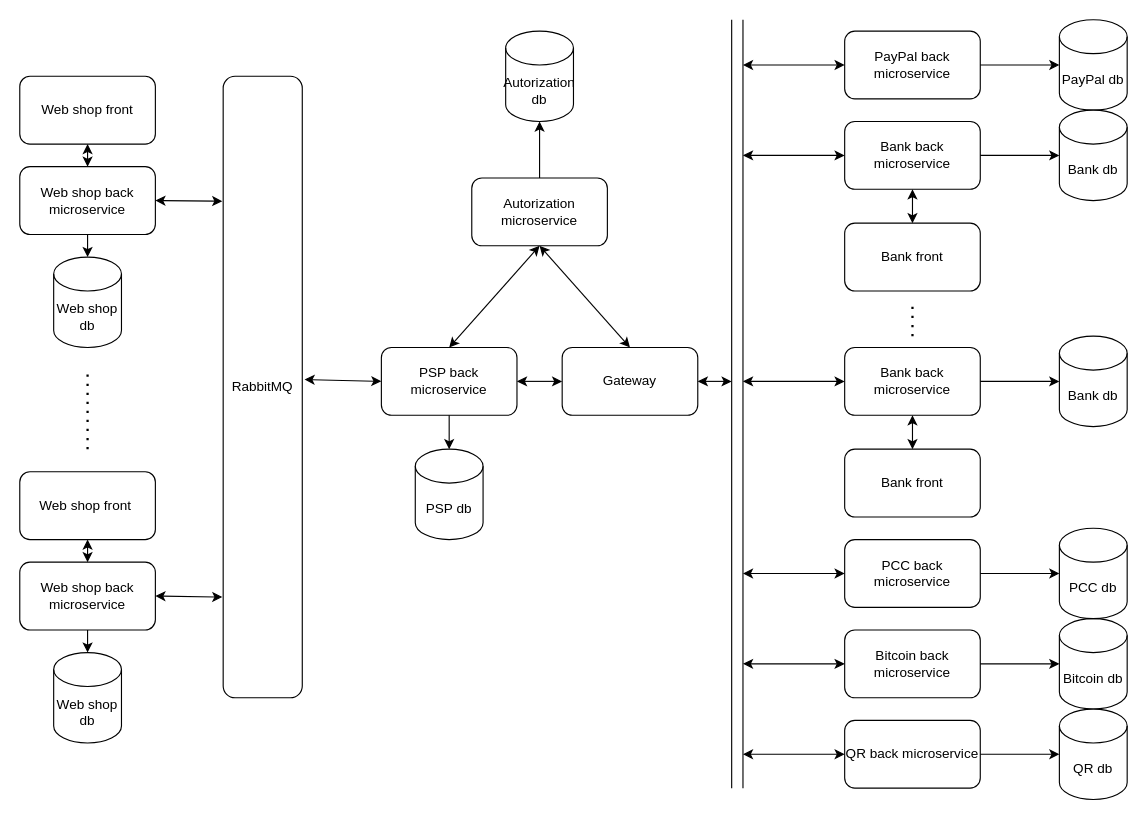
Before: SEP diagram.drawio in SEP-TEAM16/SEP, a draw.io diagram. Source tidied: cells renumbered, new cells numbered last; positions are measured from the earlier drawing's top-left corner, leaving out a move shared by most shapes. Both pictures are drawn from the tidied source at 113%, with x=0, y=0 at pixel (19, 19).
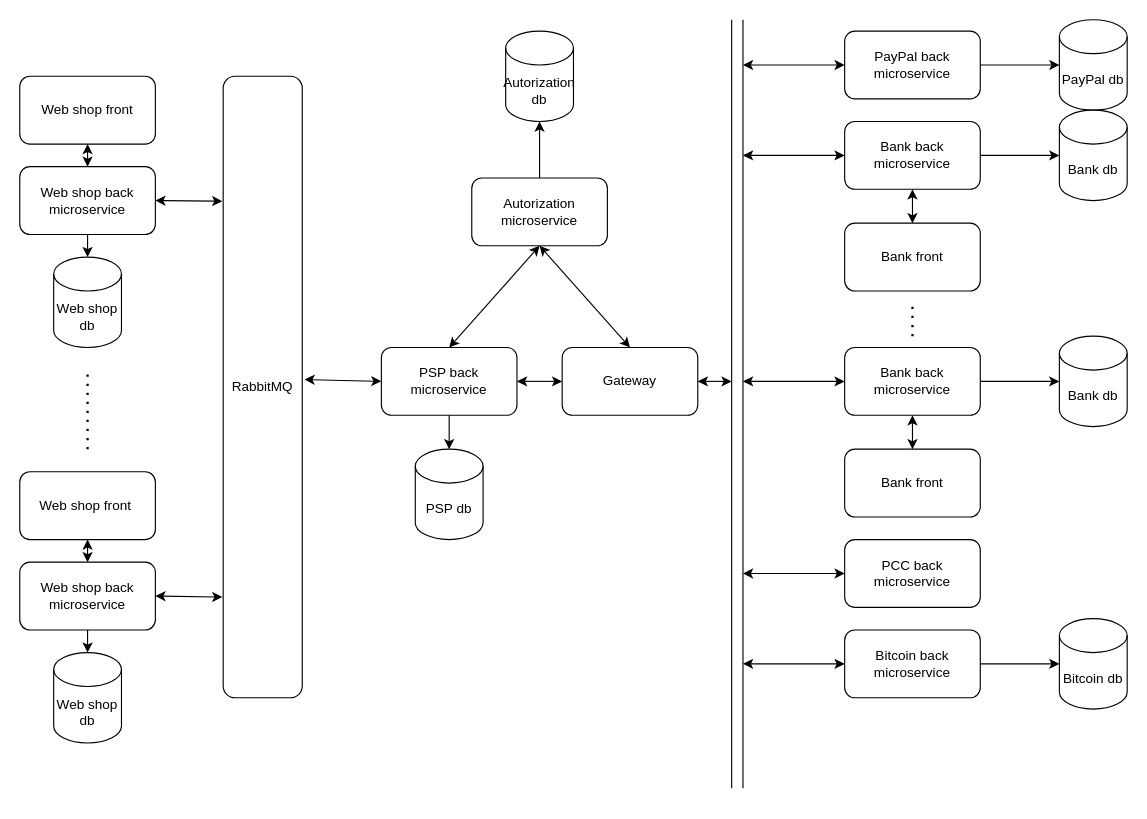
The same page after the edit.

Commit message (it also covers changes not shown here):
Architecture diagram changes

The change refers to these unchanged cells:
```xml
<mxCell id="45" value="PCC back microservice" style="rounded=1;whiteSpace=wrap;html=1;" parent="1" vertex="1">
  <mxGeometry x="730" y="460" width="120" height="60" as="geometry" />
</mxCell>
```

What changed in the source:
```diff
@@
-    <mxCell id="31" value="QR back microservice" style="rounded=1;whiteSpace=wrap;html=1;" parent="1" vertex="1">
-      <mxGeometry x="730" y="620" width="120" height="60" as="geometry" />
-    </mxCell>
-    <mxCell id="32" value="QR db" style="shape=cylinder3;whiteSpace=wrap;html=1;boundedLbl=1;backgroundOutline=1;size=15;" parent="1" vertex="1">
-      <mxGeometry x="920" y="610" width="60" height="80" as="geometry" />
-    </mxCell>
@@
-    <mxCell id="40" style="endArrow=classic;startArrow=classic;html=1;rounded=0;entryX=0;entryY=0.5;entryDx=0;entryDy=0;" parent="1" edge="1" target="31">
-      <mxGeometry relative="1" as="geometry">
-        <mxPoint x="640" y="650" as="sourcePoint" />
-      </mxGeometry>
-    </mxCell>
-    <mxCell id="41" style="endArrow=classic;html=1;rounded=0;exitX=1;exitY=0.5;exitDx=0;exitDy=0;entryX=0;entryY=0.5;entryDx=0;entryDy=0;entryPerimeter=0;" parent="1" edge="1" source="31" target="32">
-      <mxGeometry relative="1" as="geometry" />
-    </mxCell>
@@
-    <mxCell id="47" value="PCC db" style="shape=cylinder3;whiteSpace=wrap;html=1;boundedLbl=1;backgroundOutline=1;size=15;" parent="1" vertex="1">
-      <mxGeometry x="920" y="450" width="60" height="80" as="geometry" />
-    </mxCell>
@@
-    <mxCell id="56" style="endArrow=classic;html=1;rounded=0;exitX=1;exitY=0.5;exitDx=0;exitDy=0;entryX=0;entryY=0.5;entryDx=0;entryDy=0;entryPerimeter=0;" parent="1" edge="1" source="45" target="47">
-      <mxGeometry relative="1" as="geometry" />
-    </mxCell>
```
